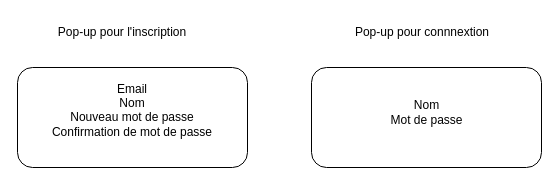
Before: page "ordinateur" (1 of 2) of Cahier des charges/wireframe/inscription.drawio in HarukaIZUMI18/Blablabook-Haruka, a draw.io diagram. Source tidied: cells renumbered, new cells numbered last; positions are measured from the earlier drawing's top-left corner, leaving out a move shared by most shapes. Both pictures are drawn from the tidied source at 100%, with x=0, y=0 at pixel (17, 17).
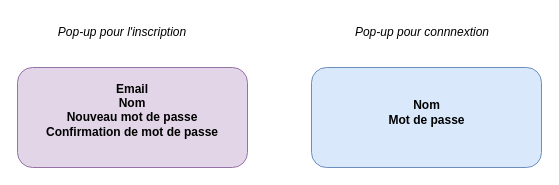
Above is the later version.

Commit message (it also covers changes not shown here):
Ajout wireframe  mobile liste des livres +collecction + inscription

What changed in the source:
```diff
@@
 <mxGraphModel>
   <root>
     <mxCell id="0" />
     <mxCell id="1" parent="0" />
-    <mxCell id="2" style="rounded=1;whiteSpace=wrap;html=1;" parent="1" vertex="1">
+    <mxCell id="2" style="rounded=1;whiteSpace=wrap;html=1;fillColor=#e1d5e7;strokeColor=#9673a6;" parent="1" vertex="1">
       <mxGeometry y="50" width="230" height="100" as="geometry" />
     </mxCell>
-    <mxCell id="3" value="Pop-up pour l'inscription" style="text;html=1;align=center;verticalAlign=middle;whiteSpace=wrap;rounded=0;" parent="1" vertex="1">
+    <mxCell id="3" value="&lt;i&gt;Pop-up pour l'inscription&lt;/i&gt;" style="text;html=1;align=center;verticalAlign=middle;whiteSpace=wrap;rounded=0;" parent="1" vertex="1">
       <mxGeometry x="30" width="150" height="30" as="geometry" />
     </mxCell>
-    <mxCell id="4" value="Pop-up pour connnextion" style="text;html=1;align=center;verticalAlign=middle;whiteSpace=wrap;rounded=0;" parent="1" vertex="1">
+    <mxCell id="4" value="&lt;i&gt;Pop-up pour connnextion&lt;/i&gt;" style="text;html=1;align=center;verticalAlign=middle;whiteSpace=wrap;rounded=0;" parent="1" vertex="1">
       <mxGeometry x="330" width="150" height="30" as="geometry" />
     </mxCell>
-    <mxCell id="5" style="rounded=1;whiteSpace=wrap;html=1;" parent="1" vertex="1">
+    <mxCell id="5" style="rounded=1;whiteSpace=wrap;html=1;fillColor=#dae8fc;strokeColor=#6c8ebf;" parent="1" vertex="1">
       <mxGeometry x="294" y="50" width="230" height="100" as="geometry" />
     </mxCell>
-    <mxCell id="6" value="&lt;div&gt;Email&lt;/div&gt;&lt;div&gt;Nom&lt;/div&gt;&lt;div&gt;Nouveau mot de passe&lt;/div&gt;&lt;div&gt;Confirmation de mot de passe&lt;/div&gt;&lt;div&gt;&lt;br&gt;&lt;/div&gt;" style="text;html=1;align=center;verticalAlign=middle;whiteSpace=wrap;rounded=0;" parent="1" vertex="1">
+    <mxCell id="6" value="&lt;div&gt;&lt;b&gt;Email&lt;/b&gt;&lt;/div&gt;&lt;div&gt;&lt;b&gt;Nom&lt;/b&gt;&lt;/div&gt;&lt;div&gt;&lt;b&gt;Nouveau mot de passe&lt;/b&gt;&lt;/div&gt;&lt;div&gt;&lt;b&gt;Confirmation de mot de passe&lt;/b&gt;&lt;/div&gt;&lt;div&gt;&lt;br&gt;&lt;/div&gt;" style="text;html=1;align=center;verticalAlign=middle;whiteSpace=wrap;rounded=0;" parent="1" vertex="1">
       <mxGeometry x="15" y="60" width="200" height="80" as="geometry" />
     </mxCell>
-    <mxCell id="7" value="Nom&lt;div&gt;Mot de passe&lt;/div&gt;" style="text;html=1;align=center;verticalAlign=middle;whiteSpace=wrap;rounded=0;" parent="1" vertex="1">
+    <mxCell id="7" value="&lt;b&gt;Nom&lt;/b&gt;&lt;div&gt;&lt;b&gt;Mot de passe&lt;/b&gt;&lt;/div&gt;" style="text;html=1;align=center;verticalAlign=middle;whiteSpace=wrap;rounded=0;" parent="1" vertex="1">
       <mxGeometry x="346.5" y="80" width="125" height="30" as="geometry" />
     </mxCell>
   </root>
 </mxGraphModel>
```
